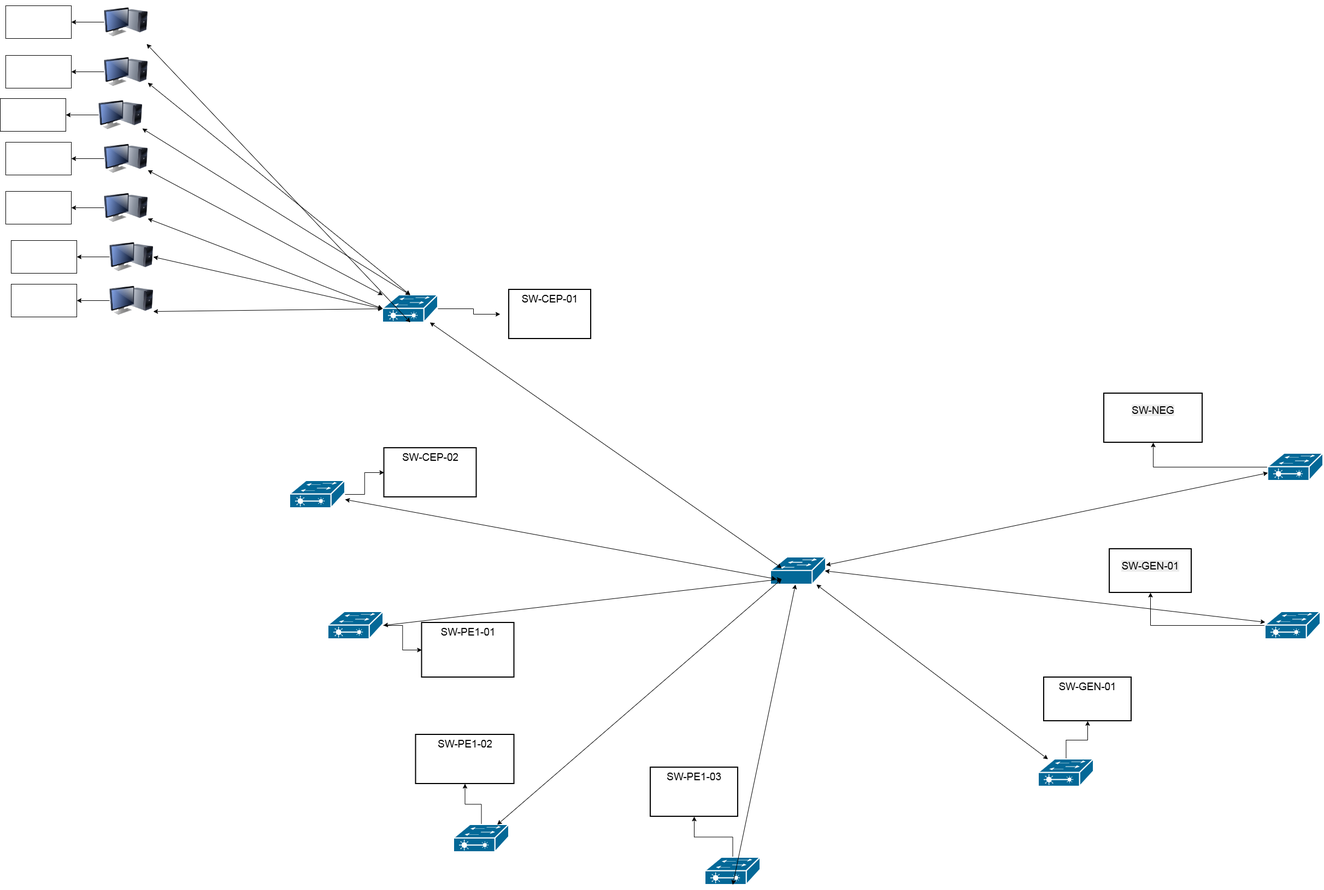
hrezapour21-blip/hasanafa keeps this draw.io diagram as H.drawio.png. Above is the earlier version. Source tidied: cells renumbered, new cells last; positions are measured from the earlier drawing's top-left corner, leaving out a move shared by most shapes.
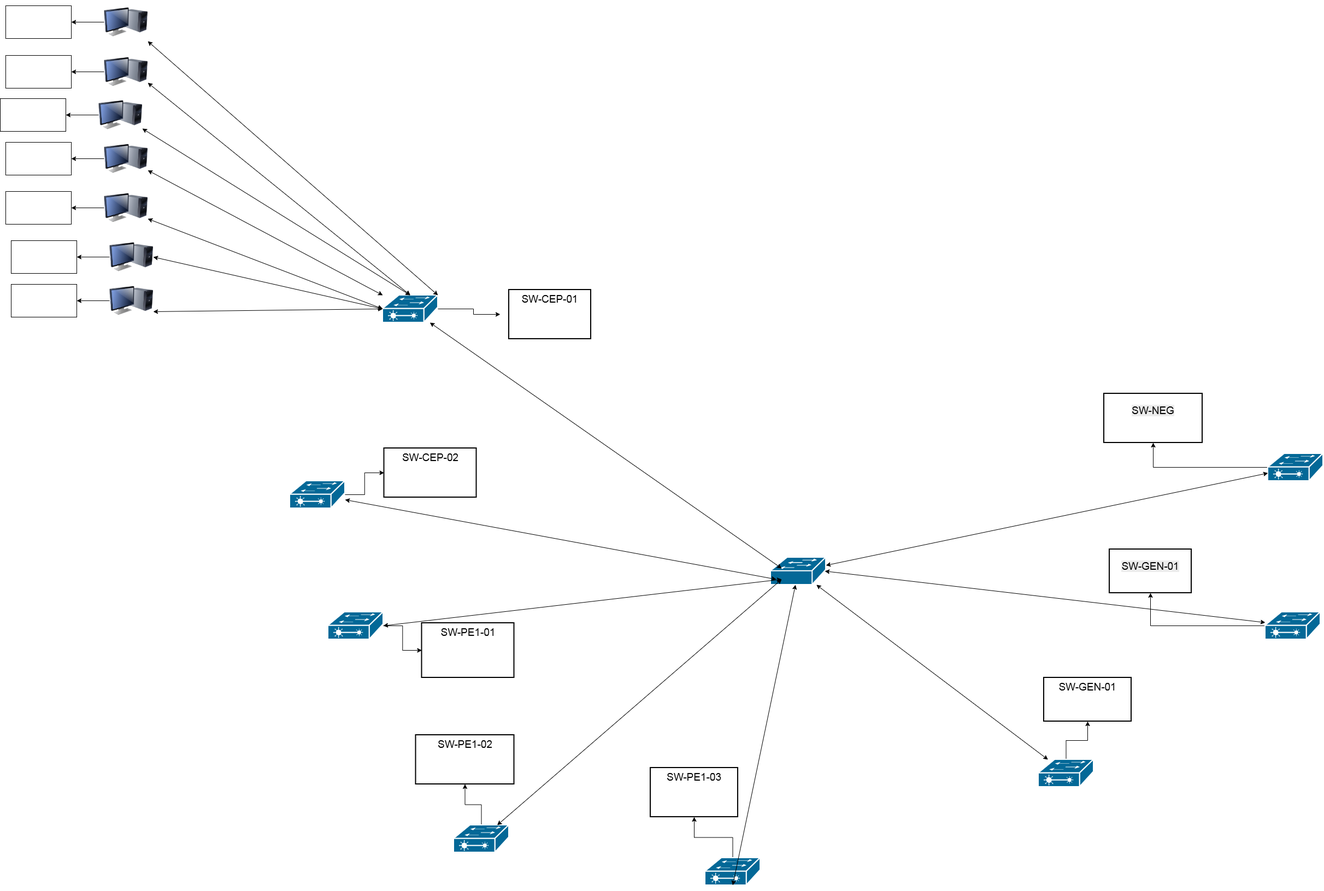
Above is the later version.

Diff of the diagram source:
```diff
@@ -137,7 +137,7 @@
     <mxCell id="46" style="endArrow=classic;startArrow=classic;html=1;rounded=0;defaultLabelBackgroundColor=gap;exitX=0.5;exitY=0;exitDx=0;exitDy=0;exitPerimeter=0;entryX=1;entryY=0.75;entryDx=0;entryDy=0;" parent="1" edge="1" source="18" target="34">
       <mxGeometry relative="1" as="geometry" />
     </mxCell>
-    <mxCell id="47" style="endArrow=classic;startArrow=classic;html=1;rounded=0;defaultLabelBackgroundColor=gap;exitX=0.5;exitY=1;exitDx=0;exitDy=0;exitPerimeter=0;" parent="1" edge="1" source="18" target="36">
+    <mxCell id="47" style="endArrow=classic;startArrow=classic;html=1;rounded=0;defaultLabelBackgroundColor=gap;exitX=1;exitY=0;exitDx=0;exitDy=0;exitPerimeter=0;" parent="1" edge="1" source="18" target="36">
       <mxGeometry relative="1" as="geometry" />
     </mxCell>
     <mxCell id="48" style="whiteSpace=wrap;html=1;verticalAlign=top;labelBackgroundColor=default;" parent="1" vertex="1">
```
